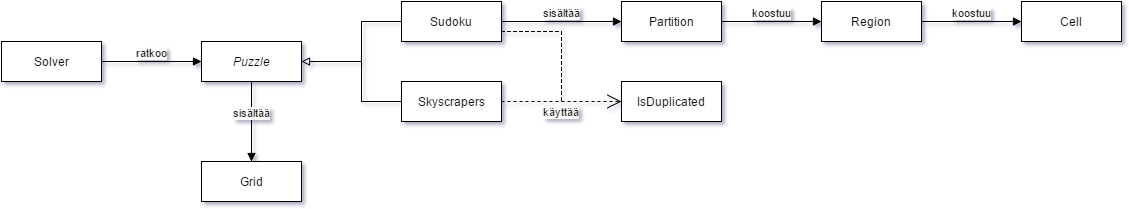
akuroku/puzzle-crafter keeps this draw.io diagram as dokumentaatio/luokkakaavio.png. Above is the earlier version. Source tidied: cells renumbered, new cells last; positions are measured from the earlier drawing's top-left corner, leaving out a move shared by most shapes. Source of this version:
```xml
<mxGraphModel background="#ffffff">
  <root>
    <mxCell id="0" style="html=1;" />
    <mxCell id="1" style="html=1;" parent="0" />
    <mxCell id="2" value="Partition" style="html=1;fontStyle=0;" parent="1" vertex="1">
      <mxGeometry x="620" width="100" height="40" as="geometry" />
    </mxCell>
    <mxCell id="3" value="Region" style="html=1;" parent="1" vertex="1">
      <mxGeometry x="820" width="100" height="40" as="geometry" />
    </mxCell>
    <mxCell id="4" value="Cell" style="html=1;" parent="1" vertex="1">
      <mxGeometry x="1020" width="100" height="40" as="geometry" />
    </mxCell>
    <mxCell id="5" value="Puzzle" style="html=1;fontStyle=2;" parent="1" vertex="1">
      <mxGeometry x="200" y="40" width="100" height="40" as="geometry" />
    </mxCell>
    <mxCell id="6" style="edgeStyle=elbowEdgeStyle;rounded=0;html=1;exitX=0;exitY=0.5;entryX=1;entryY=0.5;endArrow=block;endFill=0;jettySize=auto;" parent="1" edge="1" source="8" target="5">
      <mxGeometry relative="1" as="geometry">
        <Array as="points">
          <mxPoint x="360" y="40" />
        </Array>
      </mxGeometry>
    </mxCell>
    <mxCell id="7" style="edgeStyle=elbowEdgeStyle;rounded=0;elbow=vertical;html=1;exitX=1;exitY=0.75;endArrow=none;endFill=0;jettySize=auto;dashed=1;" parent="1" edge="1" source="8">
      <mxGeometry relative="1" as="geometry">
        <mxPoint x="560" y="100" as="targetPoint" />
        <Array as="points">
          <mxPoint x="530" y="30" />
        </Array>
      </mxGeometry>
    </mxCell>
    <mxCell id="8" value="Sudoku" style="html=1;fontStyle=0;" parent="1" vertex="1">
      <mxGeometry x="400" width="100" height="40" as="geometry" />
    </mxCell>
    <mxCell id="9" style="edgeStyle=elbowEdgeStyle;rounded=0;elbow=vertical;html=1;exitX=0;exitY=0.5;endArrow=none;endFill=0;jettySize=auto;" parent="1" edge="1" source="10">
      <mxGeometry relative="1" as="geometry">
        <mxPoint x="360" y="60" as="targetPoint" />
        <Array as="points">
          <mxPoint x="370" y="100" />
          <mxPoint x="380" y="100" />
        </Array>
      </mxGeometry>
    </mxCell>
    <mxCell id="10" value="Skyscrapers" style="html=1;fontStyle=0;" parent="1" vertex="1">
      <mxGeometry x="400" y="80" width="100" height="40" as="geometry" />
    </mxCell>
    <mxCell id="11" value="Solver" style="html=1;" parent="1" vertex="1">
      <mxGeometry y="40" width="100" height="40" as="geometry" />
    </mxCell>
    <mxCell id="12" value="ratkoo" style="html=1;verticalAlign=bottom;endArrow=block;entryX=0;entryY=0.5;exitX=1;exitY=0.5;" parent="1" edge="1" source="11" target="5">
      <mxGeometry relative="1" as="geometry" />
    </mxCell>
    <mxCell id="13" value="koostuu" style="html=1;verticalAlign=bottom;endArrow=block;exitX=1;exitY=0.5;entryX=0;entryY=0.5;" parent="1" edge="1" source="2" target="3">
      <mxGeometry relative="1" as="geometry" />
    </mxCell>
    <mxCell id="14" value="koostuu" style="html=1;verticalAlign=bottom;endArrow=block;entryX=0;entryY=0.5;exitX=1;exitY=0.5;" parent="1" edge="1" source="3" target="4">
      <mxGeometry relative="1" as="geometry" />
    </mxCell>
    <mxCell id="15" value="Grid" style="html=1;" parent="1" vertex="1">
      <mxGeometry x="200" y="160" width="100" height="40" as="geometry" />
    </mxCell>
    <mxCell id="16" value="sisältää" style="html=1;verticalAlign=bottom;endArrow=block;entryX=0.5;entryY=0;exitX=0.5;exitY=1;" parent="1" edge="1" source="5" target="15">
      <mxGeometry relative="1" as="geometry" />
    </mxCell>
    <mxCell id="17" value="IsDuplicated" style="html=1;fontStyle=0;" parent="1" vertex="1">
      <mxGeometry x="620" y="80" width="100" height="40" as="geometry" />
    </mxCell>
    <mxCell id="18" value="sisältää" style="html=1;verticalAlign=bottom;endArrow=block;entryX=0;entryY=0.5;exitX=1;exitY=0.5;" parent="1" edge="1" source="8" target="2">
      <mxGeometry relative="1" as="geometry" />
    </mxCell>
    <mxCell id="19" value="käyttää" style="endArrow=open;endSize=12;dashed=1;html=1;exitX=1;exitY=0.5;entryX=0;entryY=0.5;" parent="1" edge="1" source="10" target="17">
      <mxGeometry y="-10" relative="1" as="geometry" />
    </mxCell>
  </root>
</mxGraphModel>
```
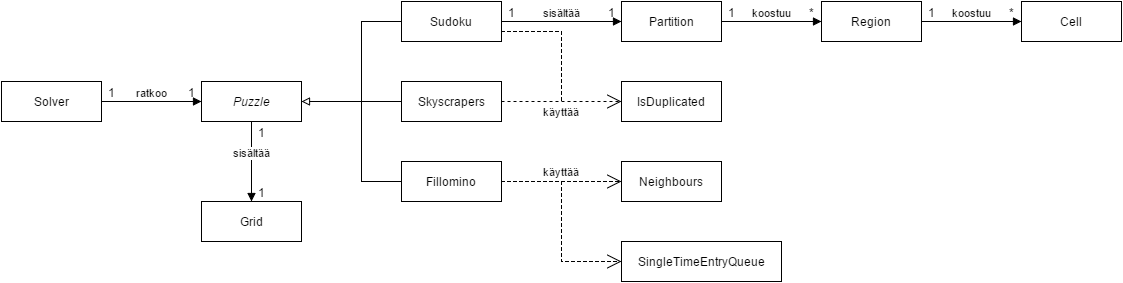
After the commit.

The edit, as a diff of the source:
```diff
@@ -12,7 +12,7 @@
       <mxGeometry x="1020" width="100" height="40" as="geometry" />
     </mxCell>
     <mxCell id="5" value="Puzzle" style="html=1;fontStyle=2;" parent="1" vertex="1">
-      <mxGeometry x="200" y="40" width="100" height="40" as="geometry" />
+      <mxGeometry x="200" y="80" width="100" height="40" as="geometry" />
     </mxCell>
     <mxCell id="6" style="edgeStyle=elbowEdgeStyle;rounded=0;html=1;exitX=0;exitY=0.5;entryX=1;entryY=0.5;endArrow=block;endFill=0;jettySize=auto;" parent="1" edge="1" source="8" target="5">
       <mxGeometry relative="1" as="geometry">
@@ -45,31 +45,104 @@
       <mxGeometry x="400" y="80" width="100" height="40" as="geometry" />
     </mxCell>
     <mxCell id="11" value="Solver" style="html=1;" parent="1" vertex="1">
-      <mxGeometry y="40" width="100" height="40" as="geometry" />
+      <mxGeometry y="80" width="100" height="40" as="geometry" />
     </mxCell>
     <mxCell id="12" value="ratkoo" style="html=1;verticalAlign=bottom;endArrow=block;entryX=0;entryY=0.5;exitX=1;exitY=0.5;" parent="1" edge="1" source="11" target="5">
       <mxGeometry relative="1" as="geometry" />
     </mxCell>
+    <mxCell id="20" value="1" style="text;html=1;align=center;verticalAlign=middle;labelBackgroundColor=#ffffff;" parent="12" vertex="1">
+      <mxGeometry x="-0.71" relative="1" as="geometry">
+        <mxPoint x="-4" y="-10" as="offset" />
+      </mxGeometry>
+    </mxCell>
+    <mxCell id="21" value="1" style="text;html=1;align=center;verticalAlign=middle;labelBackgroundColor=none;" parent="12" vertex="1">
+      <mxGeometry x="0.73" y="-1" relative="1" as="geometry">
+        <mxPoint x="4" y="-11" as="offset" />
+      </mxGeometry>
+    </mxCell>
     <mxCell id="13" value="koostuu" style="html=1;verticalAlign=bottom;endArrow=block;exitX=1;exitY=0.5;entryX=0;entryY=0.5;" parent="1" edge="1" source="2" target="3">
       <mxGeometry relative="1" as="geometry" />
     </mxCell>
+    <mxCell id="22" value="1" style="text;html=1;align=center;verticalAlign=middle;labelBackgroundColor=#ffffff;" parent="13" vertex="1">
+      <mxGeometry x="-0.77" y="-1" relative="1" as="geometry">
+        <mxPoint x="-1" y="-11" as="offset" />
+      </mxGeometry>
+    </mxCell>
+    <mxCell id="23" value="*" style="text;html=1;align=center;verticalAlign=middle;labelBackgroundColor=none;" parent="13" vertex="1">
+      <mxGeometry x="0.51" relative="1" as="geometry">
+        <mxPoint x="14" y="-10" as="offset" />
+      </mxGeometry>
+    </mxCell>
     <mxCell id="14" value="koostuu" style="html=1;verticalAlign=bottom;endArrow=block;entryX=0;entryY=0.5;exitX=1;exitY=0.5;" parent="1" edge="1" source="3" target="4">
       <mxGeometry relative="1" as="geometry" />
     </mxCell>
+    <mxCell id="24" value="1" style="text;html=1;align=center;verticalAlign=middle;labelBackgroundColor=#ffffff;" parent="14" vertex="1">
+      <mxGeometry x="-0.73" y="-1" relative="1" as="geometry">
+        <mxPoint x="-4" y="-11" as="offset" />
+      </mxGeometry>
+    </mxCell>
+    <mxCell id="25" value="*" style="text;html=1;align=center;verticalAlign=middle;labelBackgroundColor=none;" parent="14" vertex="1">
+      <mxGeometry x="0.63" y="1" relative="1" as="geometry">
+        <mxPoint x="9" y="-9" as="offset" />
+      </mxGeometry>
+    </mxCell>
     <mxCell id="15" value="Grid" style="html=1;" parent="1" vertex="1">
-      <mxGeometry x="200" y="160" width="100" height="40" as="geometry" />
+      <mxGeometry x="200" y="200" width="100" height="40" as="geometry" />
     </mxCell>
     <mxCell id="16" value="sisältää" style="html=1;verticalAlign=bottom;endArrow=block;entryX=0.5;entryY=0;exitX=0.5;exitY=1;" parent="1" edge="1" source="5" target="15">
       <mxGeometry relative="1" as="geometry" />
     </mxCell>
+    <mxCell id="26" value="1" style="text;html=1;align=center;verticalAlign=middle;labelBackgroundColor=none;" parent="16" vertex="1">
+      <mxGeometry x="0.88" y="1" relative="1" as="geometry">
+        <mxPoint x="9" y="-5" as="offset" />
+      </mxGeometry>
+    </mxCell>
+    <mxCell id="27" value="1" style="text;html=1;align=center;verticalAlign=middle;labelBackgroundColor=none;" parent="16" vertex="1">
+      <mxGeometry x="-0.81" y="-1" relative="1" as="geometry">
+        <mxPoint x="11" y="2" as="offset" />
+      </mxGeometry>
+    </mxCell>
     <mxCell id="17" value="IsDuplicated" style="html=1;fontStyle=0;" parent="1" vertex="1">
       <mxGeometry x="620" y="80" width="100" height="40" as="geometry" />
     </mxCell>
     <mxCell id="18" value="sisältää" style="html=1;verticalAlign=bottom;endArrow=block;entryX=0;entryY=0.5;exitX=1;exitY=0.5;" parent="1" edge="1" source="8" target="2">
       <mxGeometry relative="1" as="geometry" />
     </mxCell>
+    <mxCell id="28" value="1" style="text;html=1;align=center;verticalAlign=middle;labelBackgroundColor=none;" parent="18" vertex="1">
+      <mxGeometry x="0.52" y="1" relative="1" as="geometry">
+        <mxPoint x="19" y="-9" as="offset" />
+      </mxGeometry>
+    </mxCell>
+    <mxCell id="29" value="1" style="text;html=1;align=center;verticalAlign=middle;labelBackgroundColor=none;" parent="18" vertex="1">
+      <mxGeometry x="-0.52" y="1" relative="1" as="geometry">
+        <mxPoint x="-19" y="-9" as="offset" />
+      </mxGeometry>
+    </mxCell>
     <mxCell id="19" value="käyttää" style="endArrow=open;endSize=12;dashed=1;html=1;exitX=1;exitY=0.5;entryX=0;entryY=0.5;" parent="1" edge="1" source="10" target="17">
       <mxGeometry y="-10" relative="1" as="geometry" />
     </mxCell>
+    <mxCell id="30" style="edgeStyle=elbowEdgeStyle;rounded=0;elbow=vertical;html=1;endArrow=none;endFill=0;jettySize=auto;" parent="1" edge="1" source="33">
+      <mxGeometry relative="1" as="geometry">
+        <mxPoint x="360" y="100" as="targetPoint" />
+        <Array as="points">
+          <mxPoint x="410" y="180" />
+        </Array>
+      </mxGeometry>
+    </mxCell>
+    <mxCell id="31" value="käyttää" style="edgeStyle=elbowEdgeStyle;rounded=0;elbow=horizontal;html=1;entryX=0;entryY=0.5;endArrow=open;endFill=0;jettySize=auto;dashed=1;endSize=12;" parent="1" edge="1" source="33" target="35">
+      <mxGeometry y="10" relative="1" as="geometry" />
+    </mxCell>
+    <mxCell id="32" style="edgeStyle=elbowEdgeStyle;rounded=0;html=1;entryX=0;entryY=0.5;dashed=1;endArrow=open;endFill=0;endSize=12;jettySize=auto;" parent="1" edge="1" source="33" target="34">
+      <mxGeometry relative="1" as="geometry" />
+    </mxCell>
+    <mxCell id="33" value="Fillomino" style="html=1;fontStyle=0;" parent="1" vertex="1">
+      <mxGeometry x="400" y="160" width="100" height="40" as="geometry" />
+    </mxCell>
+    <mxCell id="34" value="SingleTimeEntryQueue" style="html=1;fontStyle=0;" parent="1" vertex="1">
+      <mxGeometry x="620" y="240" width="160" height="40" as="geometry" />
+    </mxCell>
+    <mxCell id="35" value="Neighbours" style="html=1;fontStyle=0;" parent="1" vertex="1">
+      <mxGeometry x="620" y="160" width="100" height="40" as="geometry" />
+    </mxCell>
   </root>
 </mxGraphModel>
```
